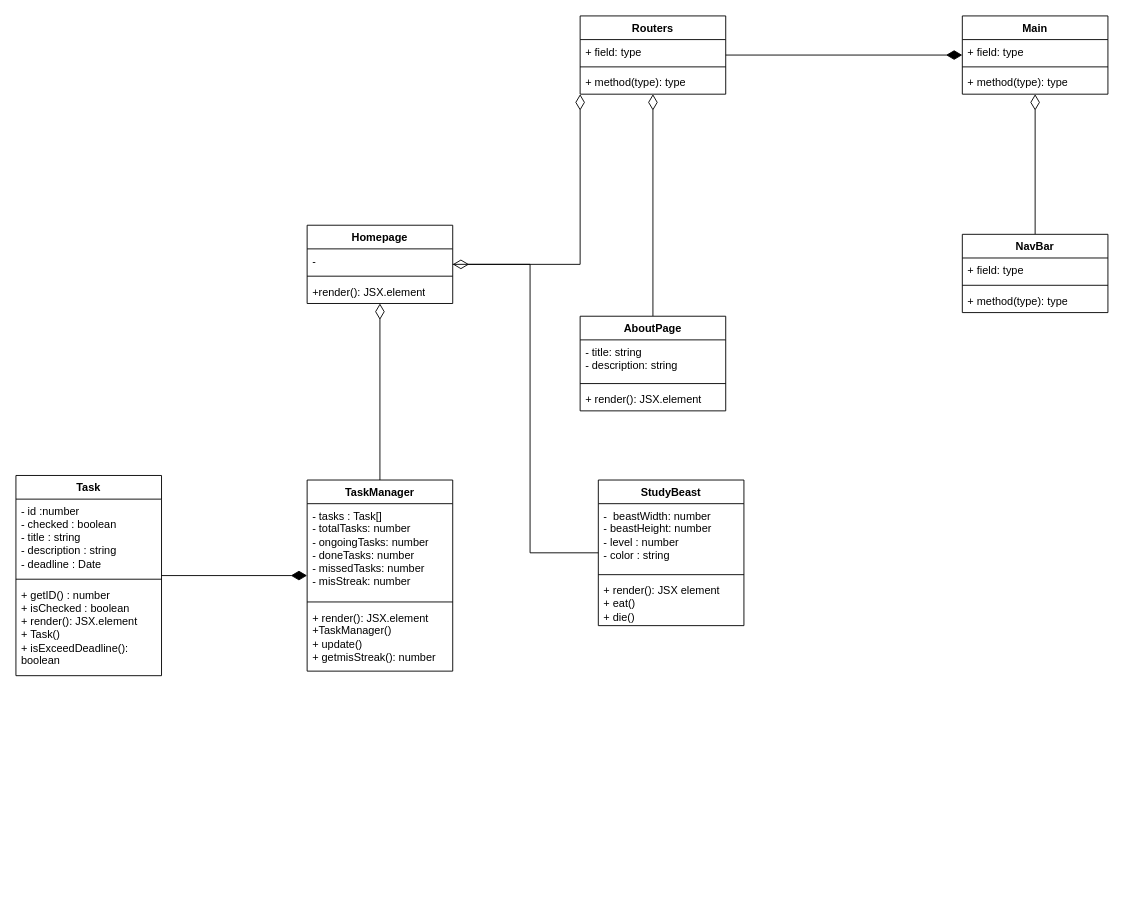
Above: UML-diagrams/Studymate.drawio in CreamCheesePeanutButter/Studymate (draw.io), before the change. Source tidied: cells renumbered, new cells numbered last; positions are measured from the earlier drawing's top-left corner, leaving out a move shared by most shapes. Both pictures are drawn from the tidied source at 91%, with x=0, y=0 at pixel (15, 15).
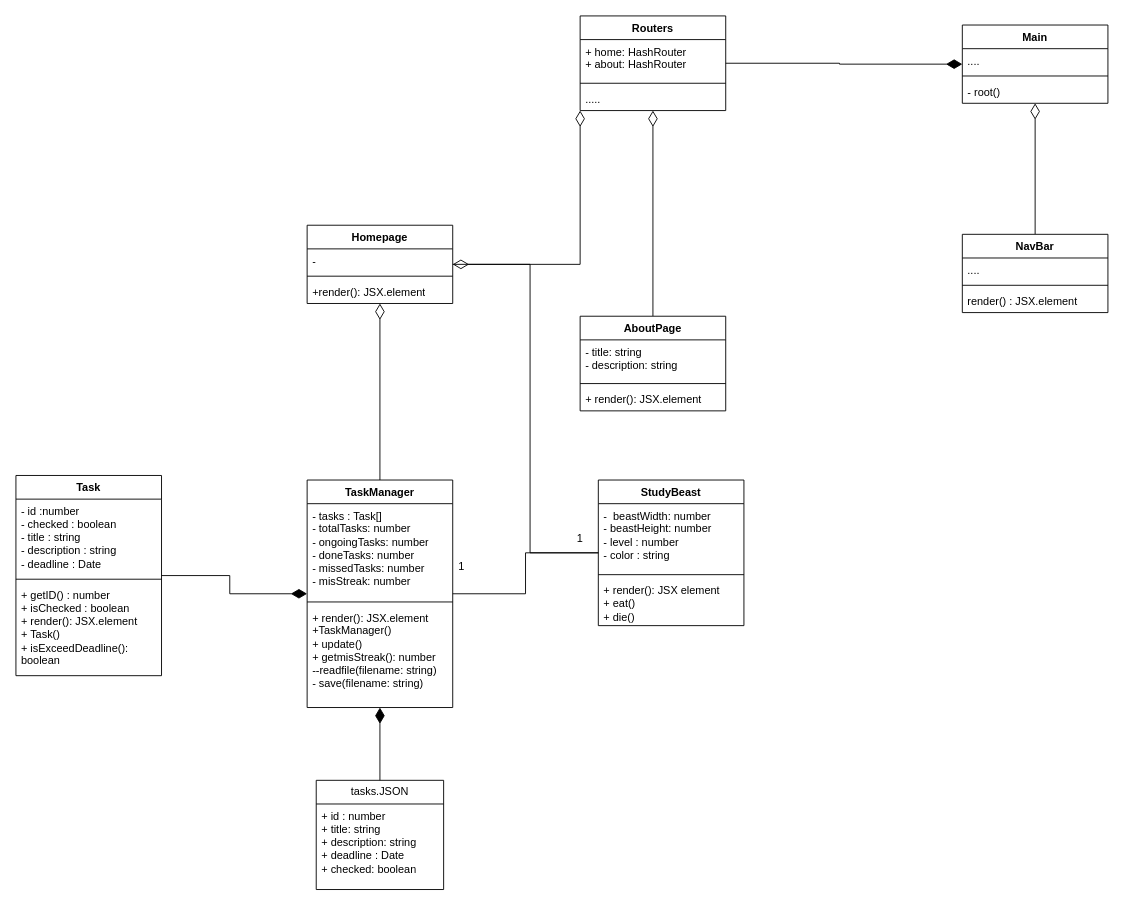
The same diagram, later.

Unchanged cells that the change refers to:
```xml
<mxCell id="23" value="StudyBeast" style="swimlane;fontStyle=1;align=center;verticalAlign=top;horizontal=1;startSize=26;whiteSpace=wrap;html=1;" parent="1" vertex="1">
  <mxGeometry x="640" y="510" width="160" height="160" as="geometry" />
</mxCell>
<mxCell id="37" value="NavBar" style="swimlane;fontStyle=1;align=center;verticalAlign=top;horizontal=1;startSize=26;whiteSpace=wrap;html=1;" parent="1" vertex="1">
  <mxGeometry x="1040" y="240" width="160" height="86" as="geometry" />
</mxCell>
```

What changed in the source:
```diff
@@
     <mxCell id="8" value="TaskManager" style="swimlane;fontStyle=1;align=center;verticalAlign=top;horizontal=1;startSize=26;whiteSpace=wrap;html=1;" parent="1" vertex="1">
-      <mxGeometry x="320" y="510" width="160" height="210" as="geometry" />
+      <mxGeometry x="320" y="510" width="160" height="250" as="geometry" />
     </mxCell>
@@
-    <mxCell id="11" value="+ render(): JSX.element&lt;div&gt;+TaskManager()&lt;/div&gt;&lt;div&gt;+ update()&amp;nbsp;&lt;/div&gt;&lt;div&gt;+ getmisStreak(): number&lt;/div&gt;" style="text;strokeColor=none;fillColor=none;align=left;verticalAlign=top;spacingLeft=4;spacingRight=4;overflow=hidden;whiteSpace=wrap;html=1;" parent="8" vertex="1">
-      <mxGeometry y="138" width="160" height="72" as="geometry" />
+    <mxCell id="11" value="+ render(): JSX.element&lt;div&gt;+TaskManager()&lt;/div&gt;&lt;div&gt;+ update()&amp;nbsp;&lt;/div&gt;&lt;div&gt;+ getmisStreak(): number&lt;/div&gt;&lt;div&gt;--readfile(filename: string)&lt;/div&gt;&lt;div&gt;- save(filename: string)&lt;/div&gt;" style="text;strokeColor=none;fillColor=none;align=left;verticalAlign=top;spacingLeft=4;spacingRight=4;overflow=hidden;whiteSpace=wrap;html=1;" parent="8" vertex="1">
+      <mxGeometry y="138" width="160" height="112" as="geometry" />
     </mxCell>
@@
     <mxCell id="18" value="Routers" style="swimlane;fontStyle=1;align=center;verticalAlign=top;horizontal=1;startSize=26;whiteSpace=wrap;html=1;" parent="1" vertex="1">
-      <mxGeometry x="620" width="160" height="86" as="geometry" />
+      <mxGeometry x="620" width="160" height="104" as="geometry" />
     </mxCell>
-    <mxCell id="19" value="+ field: type" style="text;strokeColor=none;fillColor=none;align=left;verticalAlign=top;spacingLeft=4;spacingRight=4;overflow=hidden;whiteSpace=wrap;html=1;" parent="18" vertex="1">
-      <mxGeometry y="26" width="160" height="26" as="geometry" />
+    <mxCell id="19" value="+ home: HashRouter&lt;div&gt;+ about:&amp;nbsp;&lt;span style=&quot;background-color: transparent; color: light-dark(rgb(0, 0, 0), rgb(255, 255, 255));&quot;&gt;HashRouter&lt;/span&gt;&lt;/div&gt;" style="text;strokeColor=none;fillColor=none;align=left;verticalAlign=top;spacingLeft=4;spacingRight=4;overflow=hidden;whiteSpace=wrap;html=1;" parent="18" vertex="1">
+      <mxGeometry y="26" width="160" height="44" as="geometry" />
     </mxCell>
     <mxCell id="20" style="line;strokeWidth=1;fillColor=none;align=left;verticalAlign=middle;spacingTop=-1;spacingLeft=3;spacingRight=3;labelPosition=right;strokeColor=inherit;" parent="18" vertex="1">
-      <mxGeometry y="52" width="160" height="8" as="geometry" />
+      <mxGeometry y="70" width="160" height="8" as="geometry" />
     </mxCell>
-    <mxCell id="21" value="+ method(type): type" style="text;strokeColor=none;fillColor=none;align=left;verticalAlign=top;spacingLeft=4;spacingRight=4;overflow=hidden;whiteSpace=wrap;html=1;" parent="18" vertex="1">
-      <mxGeometry y="60" width="160" height="26" as="geometry" />
+    <mxCell id="21" value="....." style="text;strokeColor=none;fillColor=none;align=left;verticalAlign=top;spacingLeft=4;spacingRight=4;overflow=hidden;whiteSpace=wrap;html=1;" parent="18" vertex="1">
+      <mxGeometry y="78" width="160" height="26" as="geometry" />
     </mxCell>
@@
+    <mxCell id="41" style="edgeStyle=orthogonalEdgeStyle;rounded=0;jettySize=auto;html=1;entryX=1;entryY=0.5;entryDx=0;entryDy=0;endArrow=none;endFill=0;" parent="1" edge="1" source="23" target="8">
+      <mxGeometry relative="1" as="geometry" />
+    </mxCell>
@@
     <mxCell id="27" value="Main" style="swimlane;fontStyle=1;align=center;verticalAlign=top;horizontal=1;startSize=26;whiteSpace=wrap;html=1;" parent="1" vertex="1">
-      <mxGeometry x="1040" width="160" height="86" as="geometry" />
+      <mxGeometry x="1040" y="10" width="160" height="86" as="geometry" />
     </mxCell>
-    <mxCell id="28" value="+ field: type" style="text;strokeColor=none;fillColor=none;align=left;verticalAlign=top;spacingLeft=4;spacingRight=4;overflow=hidden;whiteSpace=wrap;html=1;" parent="27" vertex="1">
+    <mxCell id="28" value="...." style="text;strokeColor=none;fillColor=none;align=left;verticalAlign=top;spacingLeft=4;spacingRight=4;overflow=hidden;whiteSpace=wrap;html=1;" parent="27" vertex="1">
       <mxGeometry y="26" width="160" height="26" as="geometry" />
     </mxCell>
@@
-    <mxCell id="30" value="+ method(type): type" style="text;strokeColor=none;fillColor=none;align=left;verticalAlign=top;spacingLeft=4;spacingRight=4;overflow=hidden;whiteSpace=wrap;html=1;" parent="27" vertex="1">
+    <mxCell id="30" value="- root()" style="text;strokeColor=none;fillColor=none;align=left;verticalAlign=top;spacingLeft=4;spacingRight=4;overflow=hidden;whiteSpace=wrap;html=1;" parent="27" vertex="1">
       <mxGeometry y="60" width="160" height="26" as="geometry" />
     </mxCell>
@@
-    <mxCell id="38" value="+ field: type" style="text;strokeColor=none;fillColor=none;align=left;verticalAlign=top;spacingLeft=4;spacingRight=4;overflow=hidden;whiteSpace=wrap;html=1;" parent="37" vertex="1">
+    <mxCell id="38" value="...." style="text;strokeColor=none;fillColor=none;align=left;verticalAlign=top;spacingLeft=4;spacingRight=4;overflow=hidden;whiteSpace=wrap;html=1;" parent="37" vertex="1">
       <mxGeometry y="26" width="160" height="26" as="geometry" />
     </mxCell>
@@
-    <mxCell id="40" value="+ method(type): type" style="text;strokeColor=none;fillColor=none;align=left;verticalAlign=top;spacingLeft=4;spacingRight=4;overflow=hidden;whiteSpace=wrap;html=1;" parent="37" vertex="1">
+    <mxCell id="40" value="render() : JSX.element" style="text;strokeColor=none;fillColor=none;align=left;verticalAlign=top;spacingLeft=4;spacingRight=4;overflow=hidden;whiteSpace=wrap;html=1;" parent="37" vertex="1">
       <mxGeometry y="60" width="160" height="26" as="geometry" />
     </mxCell>
+    <mxCell id="42" value="1" style="text;html=1;whiteSpace=wrap;strokeColor=none;fillColor=none;align=center;verticalAlign=middle;rounded=0;" parent="1" vertex="1">
+      <mxGeometry x="590" y="560" width="60" height="30" as="geometry" />
+    </mxCell>
+    <mxCell id="43" value="1" style="text;html=1;whiteSpace=wrap;strokeColor=none;fillColor=none;align=center;verticalAlign=middle;rounded=0;" parent="1" vertex="1">
+      <mxGeometry x="460" y="590" width="60" height="30" as="geometry" />
+    </mxCell>
+    <mxCell id="44" style="edgeStyle=orthogonalEdgeStyle;rounded=0;jettySize=auto;html=1;endArrow=diamondThin;endFill=1;endSize=15;" parent="1" edge="1" source="45" target="8">
+      <mxGeometry relative="1" as="geometry" />
+    </mxCell>
+    <mxCell id="45" value="tasks.JSON" style="swimlane;fontStyle=0;horizontal=1;startSize=26;fillColor=none;whiteSpace=wrap;html=1;" parent="1" vertex="1">
+      <mxGeometry x="330" y="840" width="140" height="120" as="geometry" />
+    </mxCell>
+    <mxCell id="46" value="+ id : number&lt;div&gt;+ title: string&lt;/div&gt;&lt;div&gt;+ description: string&lt;div&gt;+ deadline : Date&lt;/div&gt;&lt;div&gt;+ checked: boolean&lt;/div&gt;&lt;/div&gt;" style="text;strokeColor=none;fillColor=none;align=left;verticalAlign=top;spacingLeft=4;spacingRight=4;overflow=hidden;whiteSpace=wrap;html=1;" parent="45" vertex="1">
+      <mxGeometry y="26" width="140" height="94" as="geometry" />
+    </mxCell>
```
